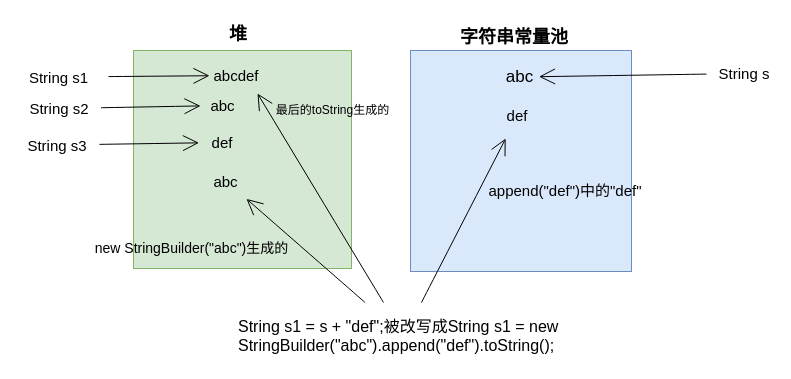
This is java字符串常量池.drawio from CodeShowZz/PicGo, a draw.io file, before an edit. Source tidied: cells renumbered, new cells numbered last; positions are measured from the earlier drawing's top-left corner, leaving out a move shared by most shapes. Both pictures are drawn from the tidied source at 100%, with x=0, y=0 at pixel (17, 17).
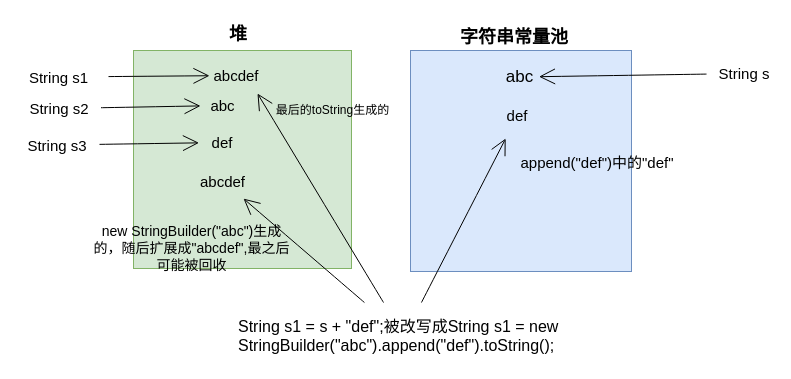
The same diagram, later.

Commit message:
更新java字符串常量池.drawio

Change to the diagram source:
```diff
@@
-    <mxCell id="19" value="abc" style="text;html=1;strokeColor=none;fillColor=none;align=center;verticalAlign=middle;whiteSpace=wrap;rounded=0;fontSize=15;" parent="1" vertex="1">
-      <mxGeometry x="196" y="151" width="25" height="25" as="geometry" />
+    <mxCell id="19" value="abcdef" style="text;html=1;strokeColor=none;fillColor=none;align=center;verticalAlign=middle;whiteSpace=wrap;rounded=0;fontSize=15;" parent="1" vertex="1">
+      <mxGeometry x="193" y="151" width="25" height="25" as="geometry" />
     </mxCell>
@@
     <mxCell id="24" value="&lt;br style=&quot;border-color: var(--border-color); font-size: 15px;&quot;&gt;append(&quot;def&quot;)中的&quot;def&quot;" style="text;html=1;strokeColor=none;fillColor=none;align=center;verticalAlign=middle;whiteSpace=wrap;rounded=0;fontSize=15;" parent="1" vertex="1">
-      <mxGeometry x="467" y="148.5" width="162" height="30" as="geometry" />
+      <mxGeometry x="499" y="121" width="162" height="30" as="geometry" />
     </mxCell>
-    <mxCell id="25" value="new StringBuilder(&quot;abc&quot;)生成的" style="text;html=1;strokeColor=none;fillColor=none;align=center;verticalAlign=middle;whiteSpace=wrap;rounded=0;fontSize=14;" parent="1" vertex="1">
+    <mxCell id="25" value="new StringBuilder(&quot;abc&quot;)生成的，随后扩展成&quot;abcdef&quot;,最之后可能被回收" style="text;html=1;strokeColor=none;fillColor=none;align=center;verticalAlign=middle;whiteSpace=wrap;rounded=0;fontSize=14;" parent="1" vertex="1">
       <mxGeometry x="71" y="218" width="207" height="25" as="geometry" />
     </mxCell>
```
